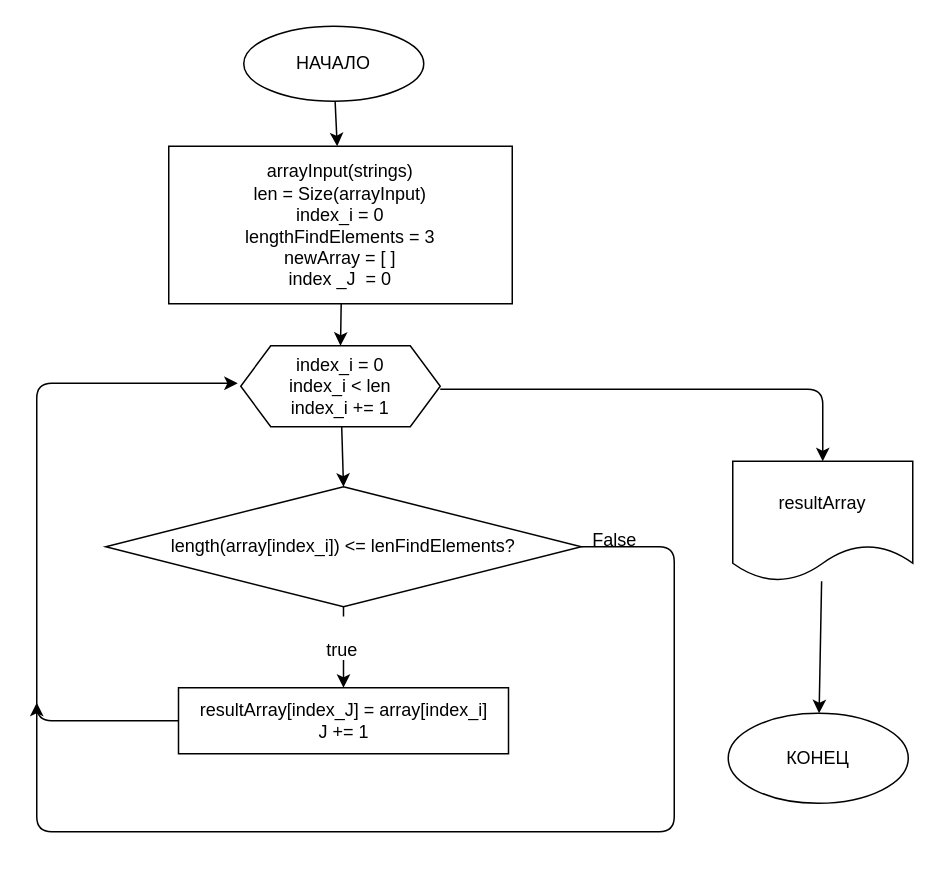
yurik522/Test_work_GeekBrains keeps this draw.io diagram as al.drawio. Above is the earlier version. Source tidied: cells renumbered, new cells numbered last; positions are measured from the earlier drawing's top-left corner, leaving out a move shared by most shapes. Both pictures are drawn from the tidied source at 150%, with x=0, y=0 at pixel (36, 26).
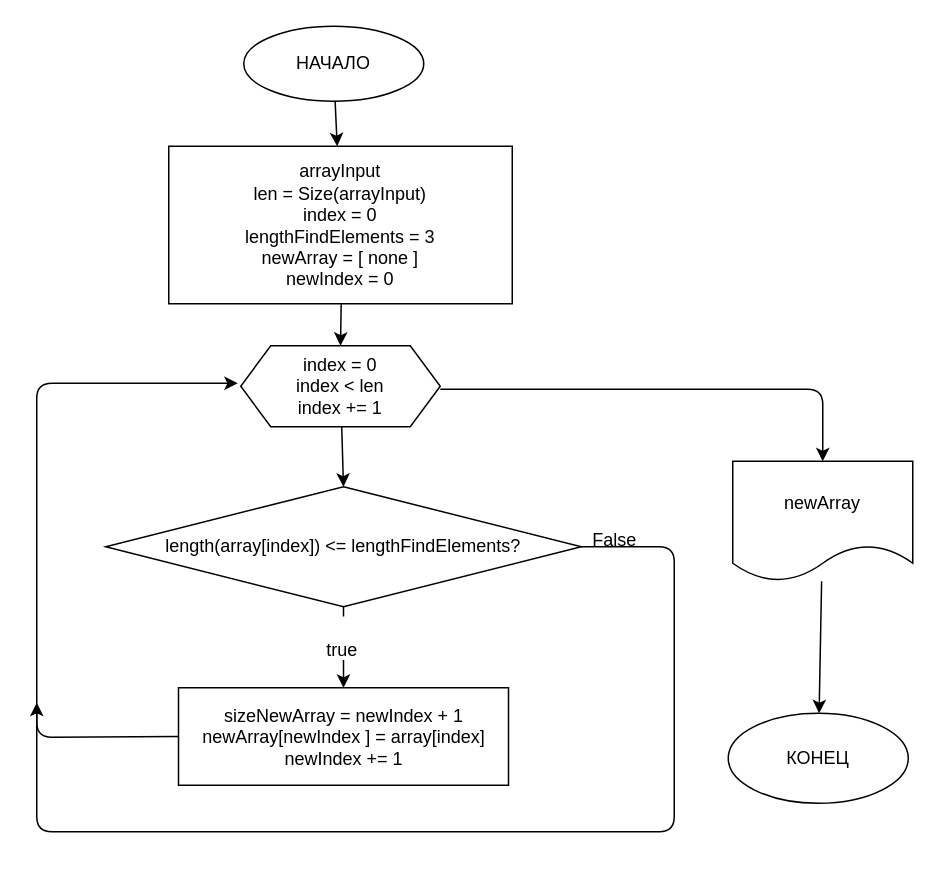
The same diagram, later.

What changed in the source:
```diff
@@
-    <mxCell id="5" value="arrayInput(strings)&lt;br&gt;len = Size(arrayInput)&lt;br&gt;index_i = 0&lt;br&gt;lengthFindElements = 3&lt;br&gt;newArray = [ ]&lt;br&gt;index _J&amp;nbsp; = 0" style="whiteSpace=wrap;html=1;" parent="1" vertex="1">
+    <mxCell id="5" value="arrayInput&lt;br&gt;len = Size(arrayInput)&lt;br&gt;index = 0&lt;br&gt;lengthFindElements = 3&lt;br&gt;newArray = [ none ]&lt;br&gt;newIndex = 0" style="whiteSpace=wrap;html=1;" parent="1" vertex="1">
       <mxGeometry x="88" y="80" width="229" height="105" as="geometry" />
     </mxCell>
@@
-    <mxCell id="8" value="length(array[index_i]) &amp;lt;= lenFindElements?" style="rhombus;whiteSpace=wrap;html=1;" parent="1" vertex="1">
+    <mxCell id="8" value="length(array[index]) &amp;lt;= lengthFindElements?" style="rhombus;whiteSpace=wrap;html=1;" parent="1" vertex="1">
       <mxGeometry x="46" y="307" width="317" height="80" as="geometry" />
     </mxCell>
     <mxCell id="9" style="edgeStyle=none;html=1;fontSize=12;exitX=0;exitY=0.5;exitDx=0;exitDy=0;" parent="1" edge="1" source="10">
       <mxGeometry relative="1" as="geometry">
         <mxPoint x="134" y="238" as="targetPoint" />
         <Array as="points">
-          <mxPoint y="463" />
+          <mxPoint y="474" />
           <mxPoint y="238" />
         </Array>
       </mxGeometry>
     </mxCell>
-    <mxCell id="10" value="resultArray[index_J] = array[index_i]&lt;br&gt;J += 1" style="whiteSpace=wrap;html=1;" parent="1" vertex="1">
-      <mxGeometry x="94.5" y="441" width="220" height="44" as="geometry" />
+    <mxCell id="10" value="sizeNewArray = newIndex + 1&lt;br&gt;newArray[newIndex&amp;nbsp;] = array[index]&lt;br&gt;newIndex&amp;nbsp;+= 1" style="whiteSpace=wrap;html=1;" parent="1" vertex="1">
+      <mxGeometry x="94.5" y="441" width="220" height="65" as="geometry" />
     </mxCell>
@@
-    <mxCell id="12" value="&lt;span&gt;resultArray&lt;/span&gt;" style="shape=document;whiteSpace=wrap;html=1;boundedLbl=1;fontSize=12;" parent="1" vertex="1">
+    <mxCell id="12" value="&lt;span&gt;newArray&lt;/span&gt;" style="shape=document;whiteSpace=wrap;html=1;boundedLbl=1;fontSize=12;" parent="1" vertex="1">
       <mxGeometry x="464" y="290" width="120" height="80" as="geometry" />
     </mxCell>
@@
-    <mxCell id="14" value="index_i = 0&lt;br&gt;index_i &amp;lt; len&lt;br&gt;index_i += 1" style="shape=hexagon;perimeter=hexagonPerimeter2;whiteSpace=wrap;html=1;fixedSize=1;" parent="1" vertex="1">
+    <mxCell id="14" value="index = 0&lt;br&gt;index &amp;lt; len&lt;br&gt;index += 1" style="shape=hexagon;perimeter=hexagonPerimeter2;whiteSpace=wrap;html=1;fixedSize=1;" parent="1" vertex="1">
       <mxGeometry x="136" y="213" width="133" height="54" as="geometry" />
     </mxCell>
```
